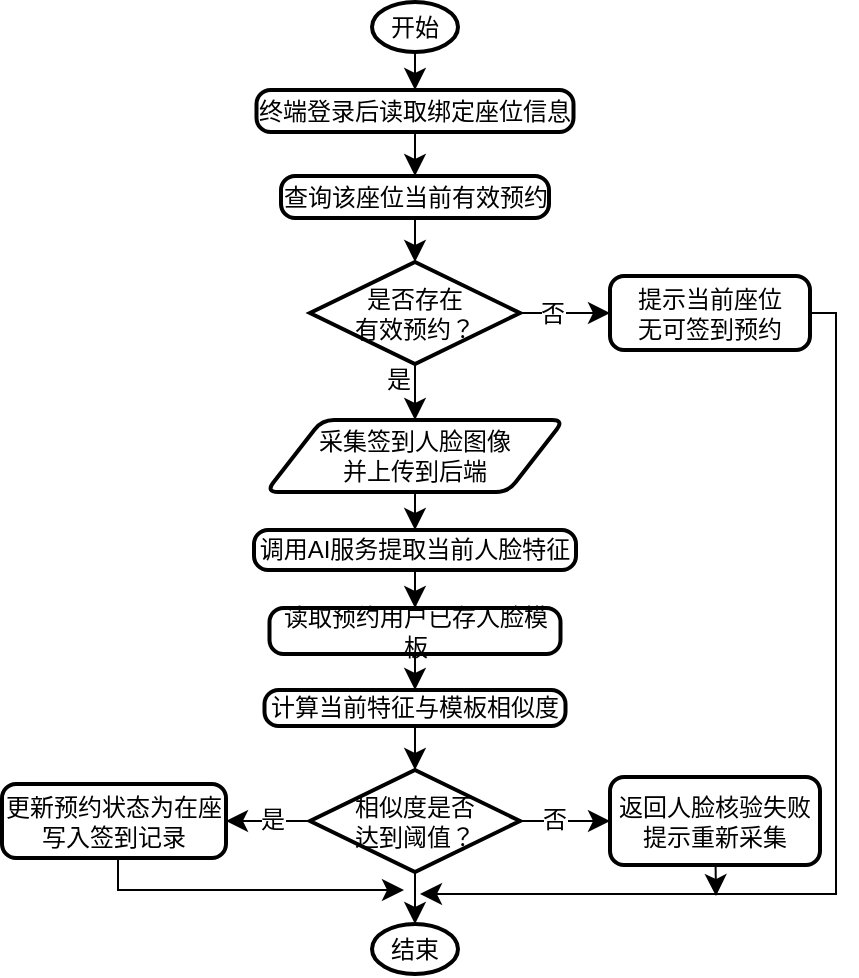
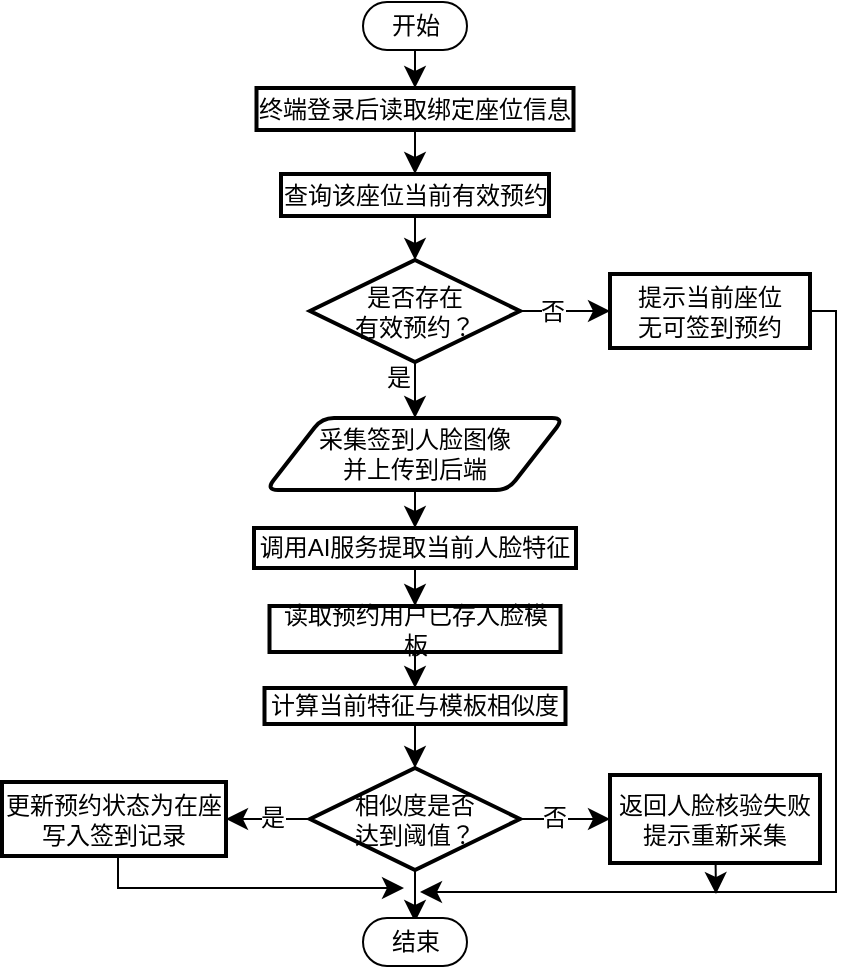
<mxfile host="app.diagrams.net">
  <diagram name="Page-1" id="8lLKHZ3rRKnPcOL9lak8">
-     <mxGraphModel dx="1264" dy="1065" grid="0" gridSize="10" guides="1" tooltips="1" connect="1" arrows="1" fold="1" page="0" pageScale="1" pageWidth="827" pageHeight="1169" math="0" shadow="0">
+     <mxGraphModel dx="1221" dy="980" grid="0" gridSize="10" guides="1" tooltips="1" connect="1" arrows="1" fold="1" page="0" pageScale="1" pageWidth="827" pageHeight="1169" math="0" shadow="0">
      <root>
        <mxCell id="0" />
        <mxCell id="1" parent="0" />
-         <mxCell id="MLzEqE3sRS0SU0LMEjgZ-15" edge="1" parent="1" source="MLzEqE3sRS0SU0LMEjgZ-1" style="edgeStyle=none;curved=1;rounded=0;orthogonalLoop=1;jettySize=auto;html=1;entryX=0.5;entryY=0;entryDx=0;entryDy=0;fontSize=12;startSize=8;endSize=8;" target="MLzEqE3sRS0SU0LMEjgZ-2">
-           <mxGeometry relative="1" as="geometry" />
-         </mxCell>
-         <mxCell id="MLzEqE3sRS0SU0LMEjgZ-1" parent="1" style="strokeWidth=2;html=1;shape=mxgraph.flowchart.start_1;whiteSpace=wrap;" value="开始" vertex="1">
-           <mxGeometry height="25" width="43" x="147" y="-261" as="geometry" />
+         <mxCell id="MLzEqE3sRS0SU0LMEjgZ-15" edge="1" parent="1" style="edgeStyle=none;curved=1;rounded=0;orthogonalLoop=1;jettySize=auto;html=1;entryX=0.5;entryY=0;entryDx=0;entryDy=0;fontSize=12;startSize=8;endSize=8;" target="MLzEqE3sRS0SU0LMEjgZ-2">
+           <mxGeometry relative="1" as="geometry">
+             <mxPoint x="168.5" y="-236" as="sourcePoint" />
+           </mxGeometry>
        </mxCell>
        <mxCell id="MLzEqE3sRS0SU0LMEjgZ-16" edge="1" parent="1" source="MLzEqE3sRS0SU0LMEjgZ-2" style="edgeStyle=none;curved=1;rounded=0;orthogonalLoop=1;jettySize=auto;html=1;fontSize=12;startSize=8;endSize=8;" target="MLzEqE3sRS0SU0LMEjgZ-3">
          <mxGeometry relative="1" as="geometry" />
        </mxCell>
-         <mxCell id="MLzEqE3sRS0SU0LMEjgZ-2" parent="1" style="rounded=1;whiteSpace=wrap;html=1;absoluteArcSize=1;arcSize=14;strokeWidth=2;" value="终端登录后读取&lt;span style=&quot;background-color: transparent; color: light-dark(rgb(0, 0, 0), rgb(255, 255, 255));&quot;&gt;绑定座位信息&lt;/span&gt;" vertex="1">
+         <mxCell id="MLzEqE3sRS0SU0LMEjgZ-2" parent="1" style="rounded=1;whiteSpace=wrap;html=1;absoluteArcSize=1;arcSize=0;strokeWidth=2;" value="终端登录后读取&lt;span style=&quot;background-color: transparent; color: light-dark(rgb(0, 0, 0), rgb(255, 255, 255));&quot;&gt;绑定座位信息&lt;/span&gt;" vertex="1">
          <mxGeometry height="21" width="158.5" x="89.25" y="-217" as="geometry" />
        </mxCell>
-         <mxCell id="MLzEqE3sRS0SU0LMEjgZ-3" parent="1" style="rounded=1;whiteSpace=wrap;html=1;absoluteArcSize=1;arcSize=14;strokeWidth=2;" value="查询该座位当前有效预约" vertex="1">
+         <mxCell id="MLzEqE3sRS0SU0LMEjgZ-3" parent="1" style="rounded=1;whiteSpace=wrap;html=1;absoluteArcSize=1;arcSize=0;strokeWidth=2;" value="查询该座位当前有效预约" vertex="1">
          <mxGeometry height="21" width="134" x="101.5" y="-174" as="geometry" />
        </mxCell>
        <mxCell id="MLzEqE3sRS0SU0LMEjgZ-34" edge="1" parent="1" source="MLzEqE3sRS0SU0LMEjgZ-4" style="edgeStyle=orthogonalEdgeStyle;rounded=0;orthogonalLoop=1;jettySize=auto;html=1;fontSize=12;startSize=8;endSize=8;exitX=1;exitY=0.5;exitDx=0;exitDy=0;">
          <mxGeometry relative="1" as="geometry">
            <Array as="points">
              <mxPoint x="379" y="-106" />
              <mxPoint x="379" y="185" />
              <mxPoint x="174" y="185" />
            </Array>
            <mxPoint x="370" y="-63" as="sourcePoint" />
            <mxPoint x="171" y="185" as="targetPoint" />
          </mxGeometry>
        </mxCell>
-         <mxCell id="MLzEqE3sRS0SU0LMEjgZ-4" parent="1" style="rounded=1;whiteSpace=wrap;html=1;absoluteArcSize=1;arcSize=14;strokeWidth=2;" value="提示当前座位&lt;div&gt;无可签到预约&lt;/div&gt;" vertex="1">
+         <mxCell id="MLzEqE3sRS0SU0LMEjgZ-4" parent="1" style="rounded=1;whiteSpace=wrap;html=1;absoluteArcSize=1;arcSize=0;strokeWidth=2;" value="提示当前座位&lt;div&gt;无可签到预约&lt;/div&gt;" vertex="1">
          <mxGeometry height="37" width="100" x="266" y="-124" as="geometry" />
        </mxCell>
        <mxCell id="MLzEqE3sRS0SU0LMEjgZ-18" edge="1" parent="1" source="MLzEqE3sRS0SU0LMEjgZ-5" style="edgeStyle=none;curved=1;rounded=0;orthogonalLoop=1;jettySize=auto;html=1;entryX=0;entryY=0.5;entryDx=0;entryDy=0;fontSize=12;startSize=8;endSize=8;" target="MLzEqE3sRS0SU0LMEjgZ-4">
          <mxGeometry relative="1" as="geometry" />
        </mxCell>
        <mxCell id="MLzEqE3sRS0SU0LMEjgZ-19" connectable="0" parent="MLzEqE3sRS0SU0LMEjgZ-18" style="edgeLabel;html=1;align=center;verticalAlign=middle;resizable=0;points=[];fontSize=12;" value="否" vertex="1">
          <mxGeometry relative="1" x="-0.2933" y="1" as="geometry">
            <mxPoint y="1" as="offset" />
          </mxGeometry>
        </mxCell>
        <mxCell id="MLzEqE3sRS0SU0LMEjgZ-20" edge="1" parent="1" source="MLzEqE3sRS0SU0LMEjgZ-5" style="edgeStyle=none;curved=1;rounded=0;orthogonalLoop=1;jettySize=auto;html=1;entryX=0.5;entryY=0;entryDx=0;entryDy=0;fontSize=12;startSize=8;endSize=8;" target="MLzEqE3sRS0SU0LMEjgZ-6">
          <mxGeometry relative="1" as="geometry" />
        </mxCell>
        <mxCell id="MLzEqE3sRS0SU0LMEjgZ-21" connectable="0" parent="MLzEqE3sRS0SU0LMEjgZ-20" style="edgeLabel;html=1;align=center;verticalAlign=middle;resizable=0;points=[];fontSize=12;" value="是" vertex="1">
          <mxGeometry relative="1" x="-0.1525" y="2" as="geometry">
            <mxPoint x="-11" y="-4" as="offset" />
          </mxGeometry>
        </mxCell>
        <mxCell id="MLzEqE3sRS0SU0LMEjgZ-5" parent="1" style="strokeWidth=2;html=1;shape=mxgraph.flowchart.decision;whiteSpace=wrap;" value="是否存在&lt;div&gt;有效预约？&lt;/div&gt;" vertex="1">
          <mxGeometry height="51" width="105" x="116" y="-131" as="geometry" />
        </mxCell>
        <mxCell id="MLzEqE3sRS0SU0LMEjgZ-22" edge="1" parent="1" source="MLzEqE3sRS0SU0LMEjgZ-6" style="edgeStyle=none;curved=1;rounded=0;orthogonalLoop=1;jettySize=auto;html=1;entryX=0.5;entryY=0;entryDx=0;entryDy=0;fontSize=12;startSize=8;endSize=8;" target="MLzEqE3sRS0SU0LMEjgZ-7">
          <mxGeometry relative="1" as="geometry" />
        </mxCell>
        <mxCell id="MLzEqE3sRS0SU0LMEjgZ-6" parent="1" style="shape=parallelogram;html=1;strokeWidth=2;perimeter=parallelogramPerimeter;whiteSpace=wrap;rounded=1;arcSize=12;size=0.18791951429123846;" value="采集签到人脸图像&lt;br&gt;并上传到后端" vertex="1">
          <mxGeometry height="36" width="149" x="94" y="-52" as="geometry" />
        </mxCell>
        <mxCell id="MLzEqE3sRS0SU0LMEjgZ-23" edge="1" parent="1" source="MLzEqE3sRS0SU0LMEjgZ-7" style="edgeStyle=none;curved=1;rounded=0;orthogonalLoop=1;jettySize=auto;html=1;fontSize=12;startSize=8;endSize=8;" target="MLzEqE3sRS0SU0LMEjgZ-8">
          <mxGeometry relative="1" as="geometry" />
        </mxCell>
-         <mxCell id="MLzEqE3sRS0SU0LMEjgZ-7" parent="1" style="rounded=1;whiteSpace=wrap;html=1;absoluteArcSize=1;arcSize=14;strokeWidth=2;" value="调用AI服务提取当前人脸特征" vertex="1">
+         <mxCell id="MLzEqE3sRS0SU0LMEjgZ-7" parent="1" style="rounded=1;whiteSpace=wrap;html=1;absoluteArcSize=1;arcSize=0;strokeWidth=2;" value="调用AI服务提取当前人脸特征" vertex="1">
          <mxGeometry height="20" width="161" x="88" y="3" as="geometry" />
        </mxCell>
        <mxCell id="MLzEqE3sRS0SU0LMEjgZ-24" edge="1" parent="1" source="MLzEqE3sRS0SU0LMEjgZ-8" style="edgeStyle=none;curved=1;rounded=0;orthogonalLoop=1;jettySize=auto;html=1;entryX=0.5;entryY=0;entryDx=0;entryDy=0;fontSize=12;startSize=8;endSize=8;" target="MLzEqE3sRS0SU0LMEjgZ-9">
          <mxGeometry relative="1" as="geometry" />
        </mxCell>
-         <mxCell id="MLzEqE3sRS0SU0LMEjgZ-8" parent="1" style="rounded=1;whiteSpace=wrap;html=1;absoluteArcSize=1;arcSize=14;strokeWidth=2;" value="读取预约用户&lt;span style=&quot;background-color: transparent; color: light-dark(rgb(0, 0, 0), rgb(255, 255, 255));&quot;&gt;已存人脸模板&lt;/span&gt;" vertex="1">
+         <mxCell id="MLzEqE3sRS0SU0LMEjgZ-8" parent="1" style="rounded=1;whiteSpace=wrap;html=1;absoluteArcSize=1;arcSize=0;strokeWidth=2;" value="读取预约用户&lt;span style=&quot;background-color: transparent; color: light-dark(rgb(0, 0, 0), rgb(255, 255, 255));&quot;&gt;已存人脸模板&lt;/span&gt;" vertex="1">
          <mxGeometry height="23" width="145.5" x="95.75" y="42" as="geometry" />
        </mxCell>
        <mxCell id="MLzEqE3sRS0SU0LMEjgZ-25" edge="1" parent="1" source="MLzEqE3sRS0SU0LMEjgZ-9" style="edgeStyle=none;curved=1;rounded=0;orthogonalLoop=1;jettySize=auto;html=1;fontSize=12;startSize=8;endSize=8;" target="MLzEqE3sRS0SU0LMEjgZ-11">
          <mxGeometry relative="1" as="geometry" />
        </mxCell>
-         <mxCell id="MLzEqE3sRS0SU0LMEjgZ-9" parent="1" style="rounded=1;whiteSpace=wrap;html=1;absoluteArcSize=1;arcSize=14;strokeWidth=2;" value="计算当前特征&lt;span style=&quot;background-color: transparent; color: light-dark(rgb(0, 0, 0), rgb(255, 255, 255));&quot;&gt;与模板相似度&lt;/span&gt;" vertex="1">
+         <mxCell id="MLzEqE3sRS0SU0LMEjgZ-9" parent="1" style="rounded=1;whiteSpace=wrap;html=1;absoluteArcSize=1;arcSize=0;strokeWidth=2;" value="计算当前特征&lt;span style=&quot;background-color: transparent; color: light-dark(rgb(0, 0, 0), rgb(255, 255, 255));&quot;&gt;与模板相似度&lt;/span&gt;" vertex="1">
          <mxGeometry height="18" width="150.5" x="93.25" y="83" as="geometry" />
        </mxCell>
        <mxCell id="MLzEqE3sRS0SU0LMEjgZ-26" edge="1" parent="1" source="MLzEqE3sRS0SU0LMEjgZ-11" style="edgeStyle=none;curved=1;rounded=0;orthogonalLoop=1;jettySize=auto;html=1;entryX=0;entryY=0.5;entryDx=0;entryDy=0;fontSize=12;startSize=8;endSize=8;" target="MLzEqE3sRS0SU0LMEjgZ-13">
          <mxGeometry relative="1" as="geometry" />
        </mxCell>
        <mxCell id="MLzEqE3sRS0SU0LMEjgZ-27" connectable="0" parent="MLzEqE3sRS0SU0LMEjgZ-26" style="edgeLabel;html=1;align=center;verticalAlign=middle;resizable=0;points=[];fontSize=12;" value="否" vertex="1">
          <mxGeometry relative="1" x="-0.2616" y="1" as="geometry">
            <mxPoint as="offset" />
          </mxGeometry>
        </mxCell>
        <mxCell id="MLzEqE3sRS0SU0LMEjgZ-28" edge="1" parent="1" source="MLzEqE3sRS0SU0LMEjgZ-11" style="edgeStyle=none;curved=1;rounded=0;orthogonalLoop=1;jettySize=auto;html=1;entryX=1;entryY=0.5;entryDx=0;entryDy=0;fontSize=12;startSize=8;endSize=8;" target="MLzEqE3sRS0SU0LMEjgZ-14">
          <mxGeometry relative="1" as="geometry" />
        </mxCell>
        <mxCell id="MLzEqE3sRS0SU0LMEjgZ-29" connectable="0" parent="MLzEqE3sRS0SU0LMEjgZ-28" style="edgeLabel;html=1;align=center;verticalAlign=middle;resizable=0;points=[];fontSize=12;" value="是" vertex="1">
          <mxGeometry relative="1" x="-0.0833" y="-1" as="geometry">
            <mxPoint as="offset" />
          </mxGeometry>
        </mxCell>
        <mxCell id="MLzEqE3sRS0SU0LMEjgZ-11" parent="1" style="strokeWidth=2;html=1;shape=mxgraph.flowchart.decision;whiteSpace=wrap;" value="相似度是否&lt;div&gt;达到阈值？&lt;/div&gt;" vertex="1">
          <mxGeometry height="51" width="105" x="116" y="123" as="geometry" />
        </mxCell>
-         <mxCell id="MLzEqE3sRS0SU0LMEjgZ-12" parent="1" style="strokeWidth=2;html=1;shape=mxgraph.flowchart.start_1;whiteSpace=wrap;" value="结束" vertex="1">
-           <mxGeometry height="25" width="43" x="147" y="200" as="geometry" />
-         </mxCell>
        <mxCell id="MLzEqE3sRS0SU0LMEjgZ-35" edge="1" parent="1" source="MLzEqE3sRS0SU0LMEjgZ-13" style="edgeStyle=none;curved=1;rounded=0;orthogonalLoop=1;jettySize=auto;html=1;fontSize=12;startSize=8;endSize=8;">
          <mxGeometry relative="1" as="geometry">
            <mxPoint x="319" y="186" as="targetPoint" />
          </mxGeometry>
        </mxCell>
-         <mxCell id="MLzEqE3sRS0SU0LMEjgZ-13" parent="1" style="rounded=1;whiteSpace=wrap;html=1;absoluteArcSize=1;arcSize=14;strokeWidth=2;" value="返回人脸核验失败&lt;div&gt;提示重新采集&lt;/div&gt;" vertex="1">
+         <mxCell id="MLzEqE3sRS0SU0LMEjgZ-13" parent="1" style="rounded=1;whiteSpace=wrap;html=1;absoluteArcSize=1;arcSize=0;strokeWidth=2;" value="返回人脸核验失败&lt;div&gt;提示重新采集&lt;/div&gt;" vertex="1">
          <mxGeometry height="44" width="105" x="266" y="126.5" as="geometry" />
        </mxCell>
-         <mxCell id="MLzEqE3sRS0SU0LMEjgZ-14" parent="1" style="rounded=1;whiteSpace=wrap;html=1;absoluteArcSize=1;arcSize=14;strokeWidth=2;" value="更新预约状态为在座&lt;div&gt;写入签到记录&lt;/div&gt;" vertex="1">
+         <mxCell id="MLzEqE3sRS0SU0LMEjgZ-14" parent="1" style="rounded=1;whiteSpace=wrap;html=1;absoluteArcSize=1;arcSize=0;strokeWidth=2;" value="更新预约状态为在座&lt;div&gt;写入签到记录&lt;/div&gt;" vertex="1">
          <mxGeometry height="37" width="112" x="-38" y="130" as="geometry" />
        </mxCell>
        <mxCell id="MLzEqE3sRS0SU0LMEjgZ-17" edge="1" parent="1" source="MLzEqE3sRS0SU0LMEjgZ-3" style="edgeStyle=none;curved=1;rounded=0;orthogonalLoop=1;jettySize=auto;html=1;entryX=0.5;entryY=0;entryDx=0;entryDy=0;entryPerimeter=0;fontSize=12;startSize=8;endSize=8;" target="MLzEqE3sRS0SU0LMEjgZ-5">
          <mxGeometry relative="1" as="geometry" />
        </mxCell>
-         <mxCell id="MLzEqE3sRS0SU0LMEjgZ-30" edge="1" parent="1" source="MLzEqE3sRS0SU0LMEjgZ-11" style="edgeStyle=none;curved=1;rounded=0;orthogonalLoop=1;jettySize=auto;html=1;exitX=0.5;exitY=1;exitDx=0;exitDy=0;exitPerimeter=0;entryX=0.5;entryY=0;entryDx=0;entryDy=0;entryPerimeter=0;fontSize=12;startSize=8;endSize=8;" target="MLzEqE3sRS0SU0LMEjgZ-12">
-           <mxGeometry relative="1" as="geometry" />
+         <mxCell id="MLzEqE3sRS0SU0LMEjgZ-30" edge="1" parent="1" source="MLzEqE3sRS0SU0LMEjgZ-11" style="edgeStyle=none;curved=1;rounded=0;orthogonalLoop=1;jettySize=auto;html=1;exitX=0.5;exitY=1;exitDx=0;exitDy=0;exitPerimeter=0;entryX=0.5;entryY=0;entryDx=0;entryDy=0;entryPerimeter=0;fontSize=12;startSize=8;endSize=8;">
+           <mxGeometry relative="1" as="geometry">
+             <mxPoint x="168.5" y="200" as="targetPoint" />
+           </mxGeometry>
        </mxCell>
        <mxCell id="MLzEqE3sRS0SU0LMEjgZ-31" edge="1" parent="1" source="MLzEqE3sRS0SU0LMEjgZ-14" style="edgeStyle=orthogonalEdgeStyle;rounded=0;orthogonalLoop=1;jettySize=auto;html=1;fontSize=12;startSize=8;endSize=8;exitX=0.5;exitY=1;exitDx=0;exitDy=0;">
          <mxGeometry relative="1" as="geometry">
            <Array as="points">
              <mxPoint x="20" y="167" />
              <mxPoint x="20" y="183" />
              <mxPoint x="163" y="183" />
            </Array>
            <mxPoint x="163" y="183" as="targetPoint" />
          </mxGeometry>
        </mxCell>
+         <mxCell id="oX9Rjs36QG6aH6HQxNC2-1" parent="1" style="rounded=1;whiteSpace=wrap;html=1;arcSize=50;" value="开始" vertex="1">
+           <mxGeometry height="24" width="52" x="142.5" y="-260" as="geometry" />
+         </mxCell>
+         <mxCell id="oX9Rjs36QG6aH6HQxNC2-3" parent="1" style="rounded=1;whiteSpace=wrap;html=1;arcSize=50;" value="结束" vertex="1">
+           <mxGeometry height="24" width="52" x="142.5" y="198" as="geometry" />
+         </mxCell>
      </root>
    </mxGraphModel>
  </diagram>
</mxfile>
